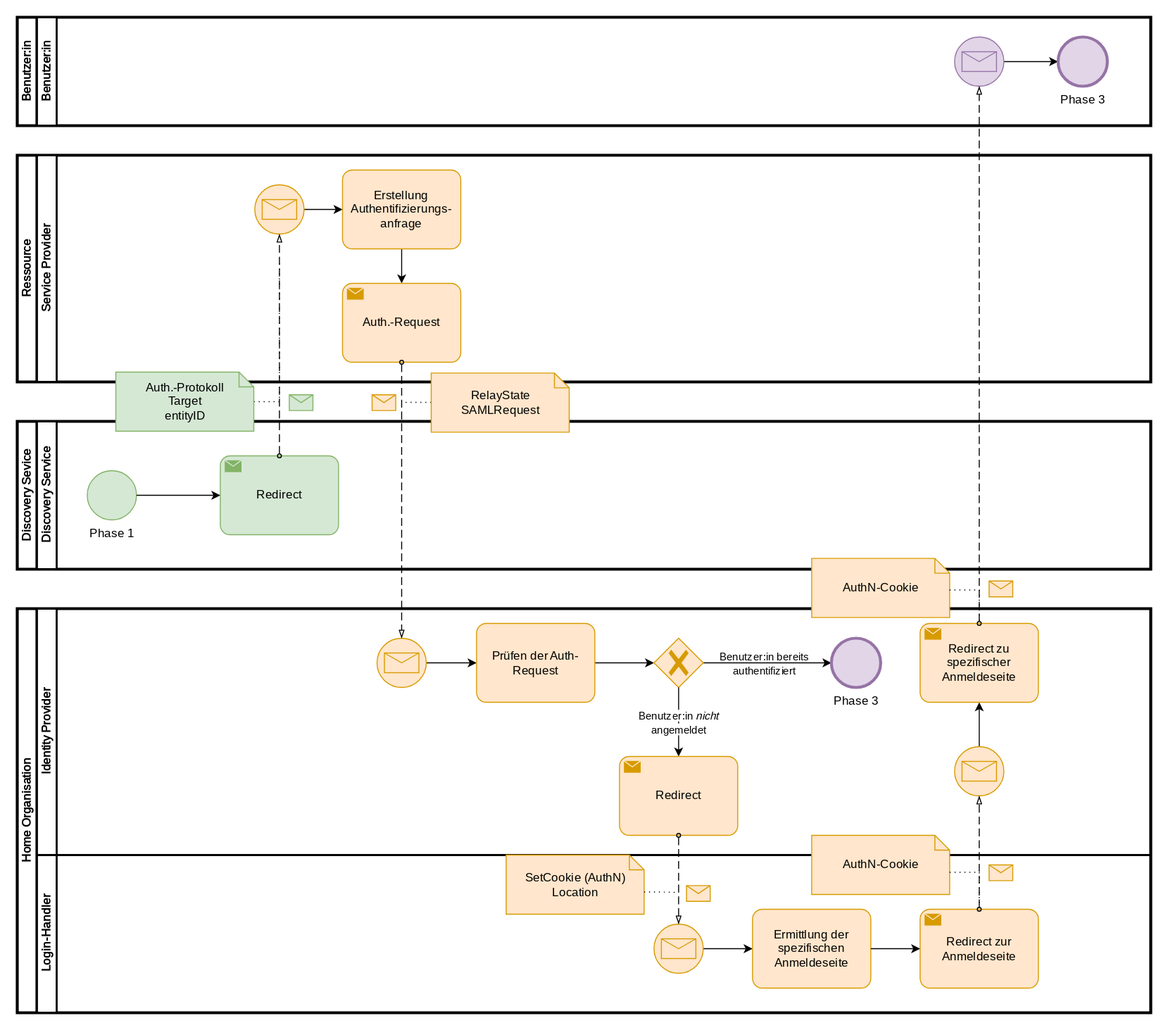
Above: assets/bis_bpmn_phase_2.drawio.svg in nicosrm/24-bis-shibboleth (draw.io), before the change. Source tidied: cells renumbered, new cells last; positions are measured from the earlier drawing's top-left corner, leaving out a move shared by most shapes.
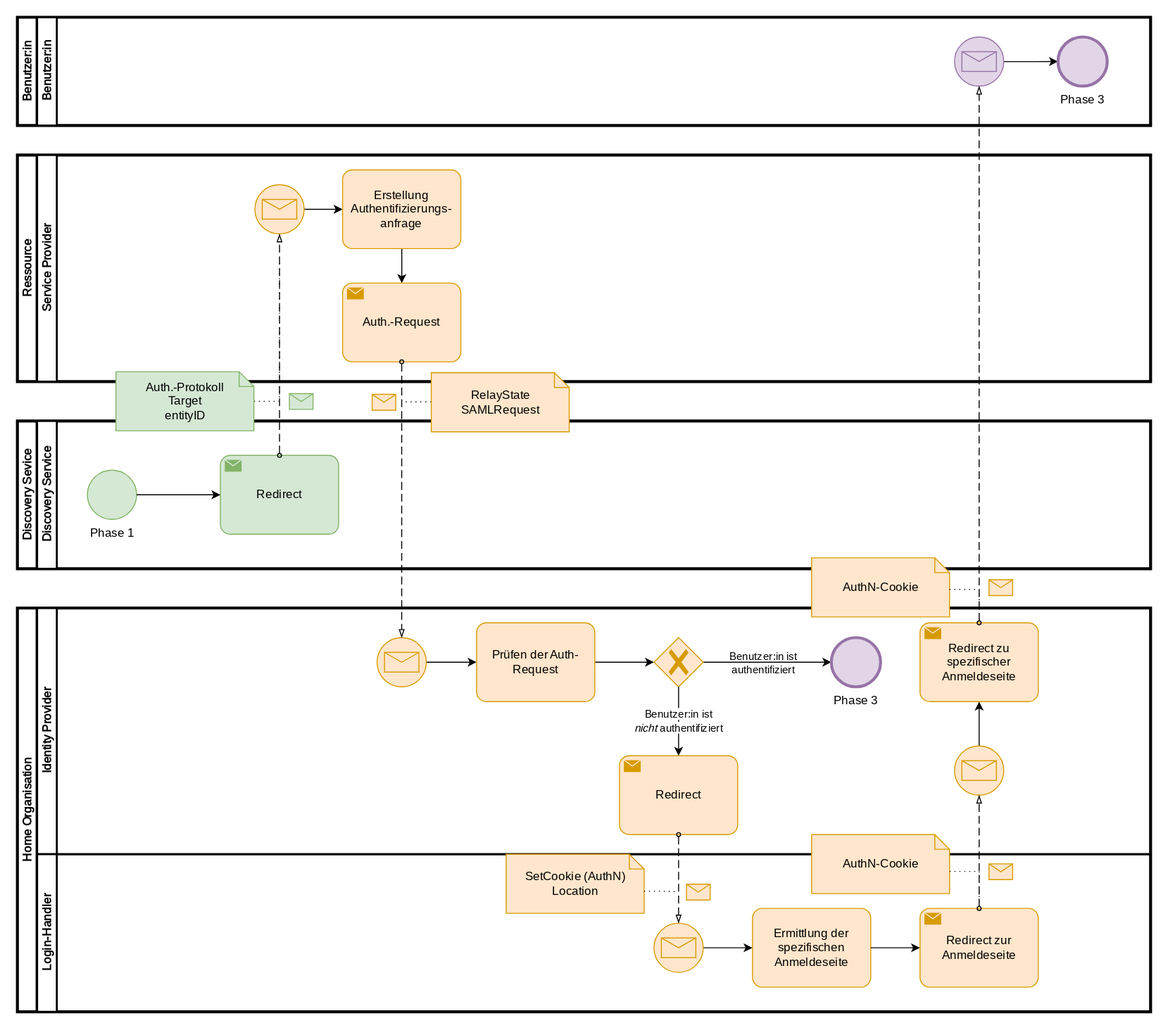
The same file after the commit.

Commit message:
[FIX] Wording in bpmn phase 2.

The edit, as a diff of the source:
```diff
@@ -67,7 +67,7 @@
     <mxCell id="21" style="edgeStyle=orthogonalEdgeStyle;rounded=0;jettySize=auto;html=1;fontFamily=CMU Serif;fontSource=https%3A%2F%2Fcdn.jsdelivr.net%2Fgh%2Fbitmaks%2Fcm-web-fonts%40latest%2Ffont%2FSerif%2Fcmunrm.woff;" parent="16" edge="1" source="23" target="29">
       <mxGeometry relative="1" as="geometry" />
     </mxCell>
-    <mxCell id="22" value="&lt;div&gt;Benutzer:in bereits&lt;/div&gt;&lt;div&gt;authentifiziert&lt;br&gt;&lt;/div&gt;" style="edgeLabel;html=1;align=center;verticalAlign=middle;labelBackgroundColor=none;fontFamily=CMU Serif;fontSource=https%3A%2F%2Fcdn.jsdelivr.net%2Fgh%2Fbitmaks%2Fcm-web-fonts%40latest%2Ffont%2FSerif%2Fcmunrm.woff;" parent="21" vertex="1">
+    <mxCell id="22" value="&lt;div&gt;Benutzer:in ist&lt;/div&gt;&lt;div&gt;authentifiziert&lt;br&gt;&lt;/div&gt;" style="edgeLabel;html=1;align=center;verticalAlign=middle;labelBackgroundColor=none;fontFamily=CMU Serif;fontSource=https%3A%2F%2Fcdn.jsdelivr.net%2Fgh%2Fbitmaks%2Fcm-web-fonts%40latest%2Ffont%2FSerif%2Fcmunrm.woff;" parent="21" vertex="1">
       <mxGeometry x="0.13" relative="1" as="geometry">
         <mxPoint x="-13" as="offset" />
       </mxGeometry>
@@ -75,7 +75,7 @@
     <mxCell id="23" style="points=[[0.25,0.25,0],[0.5,0,0],[0.75,0.25,0],[1,0.5,0],[0.75,0.75,0],[0.5,1,0],[0.25,0.75,0],[0,0.5,0]];shape=mxgraph.bpmn.gateway2;html=1;verticalLabelPosition=bottom;labelBackgroundColor=none;verticalAlign=top;align=center;perimeter=rhombusPerimeter;outlineConnect=0;outline=none;symbol=none;gwType=exclusive;fillColor=#ffe6cc;strokeColor=#d79b00;fontFamily=CMU Serif;fontSource=https%3A%2F%2Fcdn.jsdelivr.net%2Fgh%2Fbitmaks%2Fcm-web-fonts%40latest%2Ffont%2FSerif%2Fcmunrm.woff;" parent="16" vertex="1">
       <mxGeometry x="626" y="30" width="50" height="50" as="geometry" />
     </mxCell>
-    <mxCell id="24" value="&lt;div&gt;&lt;span style=&quot;background-color: light-dark(#ffffff, var(--ge-dark-color, #121212));&quot;&gt;Benutzer:in &lt;i&gt;nicht&lt;/i&gt;&lt;/span&gt;&lt;/div&gt;&lt;div&gt;&lt;span style=&quot;background-color: light-dark(#ffffff, var(--ge-dark-color, #121212));&quot;&gt;angemeldet&lt;/span&gt;&lt;/div&gt;" style="edgeStyle=orthogonalEdgeStyle;rounded=0;jettySize=auto;html=1;entryX=0.5;entryY=0;entryDx=0;entryDy=0;entryPerimeter=0;labelBackgroundColor=none;fontFamily=CMU Serif;fontSource=https%3A%2F%2Fcdn.jsdelivr.net%2Fgh%2Fbitmaks%2Fcm-web-fonts%40latest%2Ffont%2FSerif%2Fcmunrm.woff;" parent="16" edge="1" source="23" target="25">
+    <mxCell id="24" value="&lt;div&gt;&lt;span style=&quot;background-color: light-dark(#ffffff, var(--ge-dark-color, #121212));&quot;&gt;Benutzer:in ist&lt;br&gt;&lt;i&gt;nicht &lt;/i&gt;&lt;/span&gt;&lt;span style=&quot;background-color: light-dark(#ffffff, var(--ge-dark-color, #121212));&quot;&gt;authentifiziert&lt;/span&gt;&lt;/div&gt;" style="edgeStyle=orthogonalEdgeStyle;rounded=0;jettySize=auto;html=1;entryX=0.5;entryY=0;entryDx=0;entryDy=0;entryPerimeter=0;labelBackgroundColor=none;fontFamily=CMU Serif;fontSource=https%3A%2F%2Fcdn.jsdelivr.net%2Fgh%2Fbitmaks%2Fcm-web-fonts%40latest%2Ffont%2FSerif%2Fcmunrm.woff;" parent="16" edge="1" source="23" target="25">
       <mxGeometry relative="1" as="geometry" />
     </mxCell>
     <mxCell id="25" value="&lt;div&gt;Redirect&lt;/div&gt;" style="points=[[0.25,0,0],[0.5,0,0],[0.75,0,0],[1,0.25,0],[1,0.5,0],[1,0.75,0],[0.75,1,0],[0.5,1,0],[0.25,1,0],[0,0.75,0],[0,0.5,0],[0,0.25,0]];shape=mxgraph.bpmn.task;whiteSpace=wrap;rectStyle=rounded;size=10;html=1;taskMarker=send;labelBackgroundColor=none;fillColor=#ffe6cc;strokeColor=#d79b00;fontFamily=CMU Serif;fontSource=https%3A%2F%2Fcdn.jsdelivr.net%2Fgh%2Fbitmaks%2Fcm-web-fonts%40latest%2Ffont%2FSerif%2Fcmunrm.woff;" parent="16" vertex="1">
```
